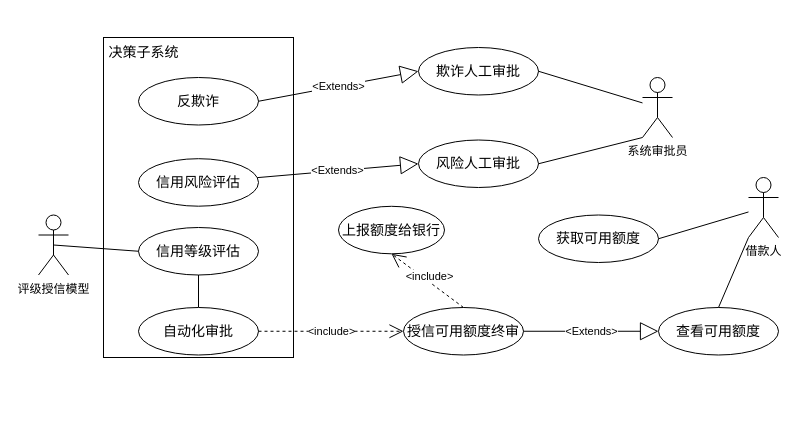
Before: 授信审批用例图.drawio in wuxiao-web/graduationThesis, a draw.io diagram. Source tidied: cells renumbered, new cells numbered last; positions are measured from the earlier drawing's top-left corner, leaving out a move shared by most shapes. Both pictures are drawn from the tidied source at 100%, with x=0, y=0 at pixel (38, 37).
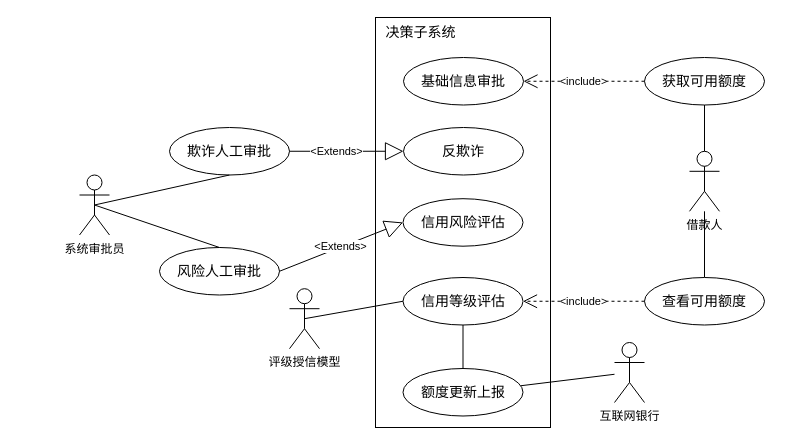
The same page after the edit.

Commit message:
更新授信审批用例图.drawio

The edit, as a diff of the source:
```diff
@@
     <mxCell id="2" style="html=1;whiteSpace=wrap;" parent="1" vertex="1">
-      <mxGeometry x="65" width="190" height="320" as="geometry" />
+      <mxGeometry x="337" y="-20" width="175" height="410" as="geometry" />
     </mxCell>
     <mxCell id="3" value="&lt;font style=&quot;font-size: 14px;&quot;&gt;决策子系统&lt;/font&gt;" style="text;html=1;align=center;verticalAlign=middle;strokeColor=none;fillColor=none;" parent="1" vertex="1">
-      <mxGeometry x="60" width="90" height="30" as="geometry" />
+      <mxGeometry x="337" y="-20" width="90" height="30" as="geometry" />
     </mxCell>
     <mxCell id="4" value="&lt;span style=&quot;font-size: 14px;&quot;&gt;反欺诈&lt;/span&gt;" style="ellipse;whiteSpace=wrap;html=1;" parent="1" vertex="1">
-      <mxGeometry x="100" y="40" width="120" height="47.5" as="geometry" />
+      <mxGeometry x="365" y="90" width="120" height="47.5" as="geometry" />
     </mxCell>
     <mxCell id="5" value="&lt;span style=&quot;font-size: 14px;&quot;&gt;信用风险评估&lt;/span&gt;" style="ellipse;whiteSpace=wrap;html=1;" parent="1" vertex="1">
-      <mxGeometry x="100" y="121.2" width="120" height="47.5" as="geometry" />
+      <mxGeometry x="364.5" y="161.2" width="120" height="47.5" as="geometry" />
     </mxCell>
-    <mxCell id="6" style="edgeStyle=orthogonalEdgeStyle;rounded=0;jettySize=auto;html=1;endArrow=none;endFill=0;" parent="1" edge="1" source="7" target="8">
-      <mxGeometry relative="1" as="geometry" />
-    </mxCell>
+    <mxCell id="28" style="edgeStyle=orthogonalEdgeStyle;rounded=0;jettySize=auto;html=1;endArrow=none;endFill=0;" parent="1" edge="1" source="7" target="38">
+      <mxGeometry relative="1" as="geometry" />
+    </mxCell>
     <mxCell id="7" value="&lt;span style=&quot;font-size: 14px;&quot;&gt;信用等级评估&lt;/span&gt;" style="ellipse;whiteSpace=wrap;html=1;" parent="1" vertex="1">
-      <mxGeometry x="100" y="190" width="120" height="47.5" as="geometry" />
+      <mxGeometry x="364.5" y="240" width="120" height="47.5" as="geometry" />
     </mxCell>
-    <mxCell id="8" value="&lt;span style=&quot;font-size: 14px;&quot;&gt;自动化审批&lt;/span&gt;" style="ellipse;whiteSpace=wrap;html=1;" parent="1" vertex="1">
-      <mxGeometry x="100" y="270" width="120" height="47.5" as="geometry" />
-    </mxCell>
-    <mxCell id="9" value="&amp;lt;Extends&amp;gt;" style="endArrow=block;endSize=16;endFill=0;html=1;rounded=0;entryX=0;entryY=0.5;entryDx=0;entryDy=0;exitX=1;exitY=0.5;exitDx=0;exitDy=0;" parent="1" edge="1" source="4" target="10">
-      <mxGeometry relative="1" as="geometry" />
-    </mxCell>
-    <mxCell id="10" value="&lt;span style=&quot;font-size: 14px;&quot;&gt;欺诈人工审批&lt;/span&gt;" style="ellipse;whiteSpace=wrap;html=1;" parent="1" vertex="1">
-      <mxGeometry x="380" y="10" width="120" height="47.5" as="geometry" />
-    </mxCell>
-    <mxCell id="11" value="&amp;lt;Extends&amp;gt;" style="endArrow=block;endSize=16;endFill=0;html=1;rounded=0;entryX=0;entryY=0.5;entryDx=0;entryDy=0;" parent="1" edge="1" source="5" target="12">
-      <mxGeometry relative="1" as="geometry" />
-    </mxCell>
-    <mxCell id="12" value="&lt;span style=&quot;font-size: 14px;&quot;&gt;风险人工审批&lt;/span&gt;" style="ellipse;whiteSpace=wrap;html=1;" parent="1" vertex="1">
-      <mxGeometry x="380" y="102.5" width="120" height="47.5" as="geometry" />
-    </mxCell>
-    <mxCell id="13" style="rounded=0;jettySize=auto;html=1;entryX=1;entryY=0.5;entryDx=0;entryDy=0;endArrow=none;endFill=0;" parent="1" edge="1" source="15" target="10">
-      <mxGeometry relative="1" as="geometry" />
-    </mxCell>
-    <mxCell id="14" style="rounded=0;jettySize=auto;html=1;entryX=1;entryY=0.5;entryDx=0;entryDy=0;exitX=0;exitY=1;exitDx=0;exitDy=0;exitPerimeter=0;endArrow=none;endFill=0;" parent="1" edge="1" source="15" target="12">
-      <mxGeometry relative="1" as="geometry" />
-    </mxCell>
-    <mxCell id="15" value="系统审批员" style="shape=umlActor;verticalLabelPosition=bottom;verticalAlign=top;html=1;" parent="1" vertex="1">
-      <mxGeometry x="604" y="40" width="30" height="60" as="geometry" />
-    </mxCell>
-    <mxCell id="16" value="&amp;lt;include&amp;gt;" style="endArrow=open;endSize=12;dashed=1;html=1;rounded=0;exitX=1;exitY=0.5;exitDx=0;exitDy=0;entryX=0;entryY=0.5;entryDx=0;entryDy=0;" parent="1" edge="1" source="8" target="17">
-      <mxGeometry x="0.01" relative="1" as="geometry" />
-    </mxCell>
-    <mxCell id="17" value="&lt;span style=&quot;font-size: 14px;&quot;&gt;授信可用额度终审&lt;/span&gt;" style="ellipse;whiteSpace=wrap;html=1;" parent="1" vertex="1">
-      <mxGeometry x="365" y="270" width="120" height="47.5" as="geometry" />
-    </mxCell>
-    <mxCell id="18" value="&amp;lt;Extends&amp;gt;" style="endArrow=block;endSize=16;endFill=0;html=1;rounded=0;exitX=1;exitY=0.5;exitDx=0;exitDy=0;entryX=0;entryY=0.5;entryDx=0;entryDy=0;" parent="1" edge="1" source="17" target="19">
-      <mxGeometry relative="1" as="geometry" />
-    </mxCell>
-    <mxCell id="19" value="&lt;span style=&quot;font-size: 14px;&quot;&gt;查看可用额度&lt;/span&gt;" style="ellipse;whiteSpace=wrap;html=1;" parent="1" vertex="1">
-      <mxGeometry x="620" y="270" width="120" height="47.5" as="geometry" />
-    </mxCell>
-    <mxCell id="20" style="rounded=0;jettySize=auto;html=1;entryX=0.5;entryY=0;entryDx=0;entryDy=0;endArrow=none;endFill=0;exitX=0;exitY=1;exitDx=0;exitDy=0;exitPerimeter=0;" parent="1" edge="1" source="22" target="19">
-      <mxGeometry relative="1" as="geometry" />
-    </mxCell>
-    <mxCell id="21" style="rounded=0;jettySize=auto;html=1;endArrow=none;endFill=0;entryX=1;entryY=0.5;entryDx=0;entryDy=0;" parent="1" edge="1" source="22" target="23">
-      <mxGeometry relative="1" as="geometry" />
-    </mxCell>
-    <mxCell id="22" value="借款人" style="shape=umlActor;verticalLabelPosition=bottom;verticalAlign=top;html=1;" parent="1" vertex="1">
-      <mxGeometry x="710" y="140" width="30" height="60" as="geometry" />
-    </mxCell>
-    <mxCell id="23" value="&lt;span style=&quot;font-size: 14px;&quot;&gt;获取可用额度&lt;/span&gt;" style="ellipse;whiteSpace=wrap;html=1;" parent="1" vertex="1">
-      <mxGeometry x="500" y="177.5" width="120" height="47.5" as="geometry" />
-    </mxCell>
-    <mxCell id="24" value="&lt;span style=&quot;font-size: 14px;&quot;&gt;上报额度给银行&lt;/span&gt;" style="ellipse;whiteSpace=wrap;html=1;" parent="1" vertex="1">
-      <mxGeometry x="300" y="168.8" width="106" height="47.5" as="geometry" />
-    </mxCell>
-    <mxCell id="25" value="&amp;lt;include&amp;gt;" style="endArrow=open;endSize=12;dashed=1;html=1;rounded=0;exitX=0.5;exitY=0;exitDx=0;exitDy=0;entryX=0.5;entryY=1;entryDx=0;entryDy=0;" parent="1" edge="1" source="17" target="24">
-      <mxGeometry x="0.02" y="-4" relative="1" as="geometry" />
-    </mxCell>
     <mxCell id="26" value="评级授信模型" style="shape=umlActor;verticalLabelPosition=bottom;verticalAlign=top;html=1;" parent="1" vertex="1">
-      <mxGeometry y="177.5" width="30" height="60" as="geometry" />
+      <mxGeometry x="251" y="251.2" width="30" height="60" as="geometry" />
     </mxCell>
@@
+    <mxCell id="29" value="&lt;span style=&quot;font-size: 14px;&quot;&gt;基础信息审批&lt;/span&gt;" style="ellipse;whiteSpace=wrap;html=1;" parent="1" vertex="1">
+      <mxGeometry x="365" y="20" width="120" height="47.5" as="geometry" />
+    </mxCell>
+    <mxCell id="15" value="系统审批员" style="shape=umlActor;verticalLabelPosition=bottom;verticalAlign=top;html=1;" parent="1" vertex="1">
+      <mxGeometry x="41" y="137.5" width="30" height="60" as="geometry" />
+    </mxCell>
+    <mxCell id="10" value="&lt;span style=&quot;font-size: 14px;&quot;&gt;欺诈人工审批&lt;/span&gt;" style="ellipse;whiteSpace=wrap;html=1;" parent="1" vertex="1">
+      <mxGeometry x="131" y="90" width="120" height="47.5" as="geometry" />
+    </mxCell>
+    <mxCell id="12" value="&lt;span style=&quot;font-size: 14px;&quot;&gt;风险人工审批&lt;/span&gt;" style="ellipse;whiteSpace=wrap;html=1;" parent="1" vertex="1">
+      <mxGeometry x="121" y="210" width="120" height="47.5" as="geometry" />
+    </mxCell>
+    <mxCell id="30" style="rounded=0;jettySize=auto;html=1;entryX=0.5;entryY=0.5;entryDx=0;entryDy=0;endArrow=none;endFill=0;exitX=0.5;exitY=1;exitDx=0;exitDy=0;entryPerimeter=0;" parent="1" edge="1" source="10" target="15">
+      <mxGeometry relative="1" as="geometry" />
+    </mxCell>
+    <mxCell id="31" style="rounded=0;jettySize=auto;html=1;entryX=0.5;entryY=0.5;entryDx=0;entryDy=0;endArrow=none;endFill=0;exitX=0.5;exitY=0;exitDx=0;exitDy=0;entryPerimeter=0;" parent="1" edge="1" source="12" target="15">
+      <mxGeometry relative="1" as="geometry" />
+    </mxCell>
+    <mxCell id="32" value="&amp;lt;Extends&amp;gt;" style="endArrow=block;endSize=16;endFill=0;html=1;rounded=0;entryX=0;entryY=0.5;entryDx=0;entryDy=0;exitX=1;exitY=0.5;exitDx=0;exitDy=0;" parent="1" edge="1" source="10" target="4">
+      <mxGeometry x="-0.17" relative="1" as="geometry" />
+    </mxCell>
+    <mxCell id="33" value="&amp;lt;Extends&amp;gt;" style="endArrow=block;endSize=16;endFill=0;html=1;rounded=0;entryX=0;entryY=0.5;entryDx=0;entryDy=0;exitX=1;exitY=0.5;exitDx=0;exitDy=0;" parent="1" edge="1" source="12" target="5">
+      <mxGeometry relative="1" as="geometry" />
+    </mxCell>
+    <mxCell id="20" style="edgeStyle=orthogonalEdgeStyle;rounded=0;jettySize=auto;html=1;endArrow=none;endFill=0;" parent="1" edge="1" source="22" target="19">
+      <mxGeometry relative="1" as="geometry" />
+    </mxCell>
+    <mxCell id="22" value="借款人" style="shape=umlActor;verticalLabelPosition=bottom;verticalAlign=top;html=1;" parent="1" vertex="1">
+      <mxGeometry x="651" y="113.8" width="30" height="60" as="geometry" />
+    </mxCell>
+    <mxCell id="34" style="edgeStyle=orthogonalEdgeStyle;rounded=0;jettySize=auto;html=1;endArrow=none;endFill=0;" parent="1" edge="1" source="23" target="22">
+      <mxGeometry relative="1" as="geometry" />
+    </mxCell>
+    <mxCell id="23" value="&lt;span style=&quot;font-size: 14px;&quot;&gt;获取可用额度&lt;/span&gt;" style="ellipse;whiteSpace=wrap;html=1;" parent="1" vertex="1">
+      <mxGeometry x="606" y="20" width="120" height="47.5" as="geometry" />
+    </mxCell>
+    <mxCell id="35" value="&amp;lt;include&amp;gt;" style="endArrow=open;endSize=12;dashed=1;html=1;rounded=0;exitX=0;exitY=0.5;exitDx=0;exitDy=0;entryX=1;entryY=0.5;entryDx=0;entryDy=0;" parent="1" edge="1" source="23" target="29">
+      <mxGeometry x="0.01" relative="1" as="geometry" />
+    </mxCell>
+    <mxCell id="19" value="&lt;span style=&quot;font-size: 14px;&quot;&gt;查看可用额度&lt;/span&gt;" style="ellipse;whiteSpace=wrap;html=1;" parent="1" vertex="1">
+      <mxGeometry x="606" y="240" width="120" height="47.5" as="geometry" />
+    </mxCell>
+    <mxCell id="36" value="&amp;lt;include&amp;gt;" style="endArrow=open;endSize=12;dashed=1;html=1;rounded=0;exitX=0;exitY=0.5;exitDx=0;exitDy=0;entryX=1;entryY=0.5;entryDx=0;entryDy=0;" parent="1" edge="1" source="19" target="7">
+      <mxGeometry x="0.01" relative="1" as="geometry" />
+    </mxCell>
+    <mxCell id="37" style="rounded=0;jettySize=auto;html=1;endArrow=none;endFill=0;" parent="1" edge="1" source="38" target="39">
+      <mxGeometry relative="1" as="geometry" />
+    </mxCell>
+    <mxCell id="38" value="&lt;span style=&quot;font-size: 14px;&quot;&gt;额度更新上报&lt;/span&gt;" style="ellipse;whiteSpace=wrap;html=1;" parent="1" vertex="1">
+      <mxGeometry x="364.5" y="331" width="120" height="47.5" as="geometry" />
+    </mxCell>
+    <mxCell id="39" value="互联网银行" style="shape=umlActor;verticalLabelPosition=bottom;verticalAlign=top;html=1;" parent="1" vertex="1">
+      <mxGeometry x="576" y="305" width="30" height="60" as="geometry" />
+    </mxCell>
```
